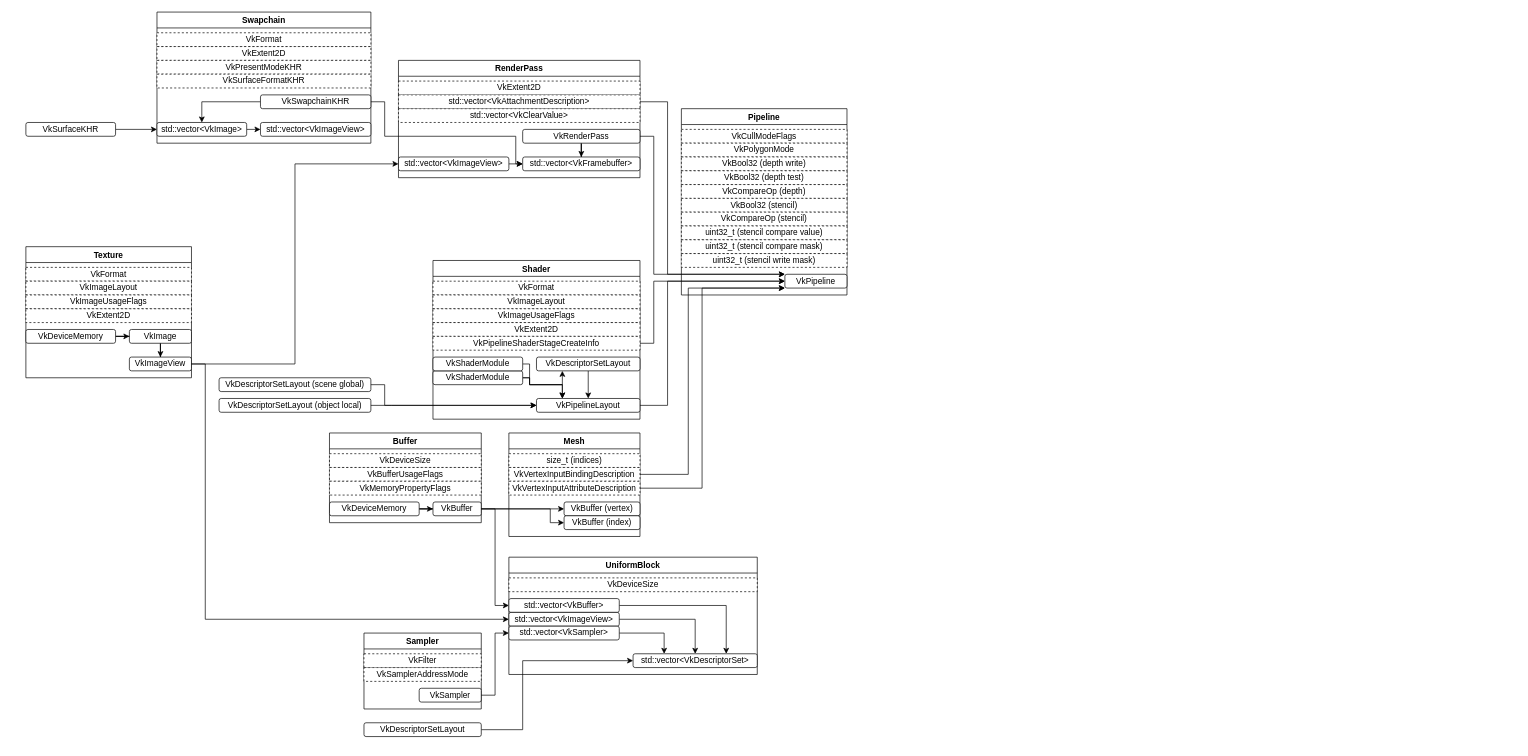
This is vulkan.drawio from oculometric/hop-engine, a draw.io file, before an edit. Source tidied: cells renumbered, new cells numbered last; positions are measured from the earlier drawing's top-left corner, leaving out a move shared by most shapes. Both pictures are drawn from the tidied source at 69%, with x=0, y=0 at pixel (26, 12).
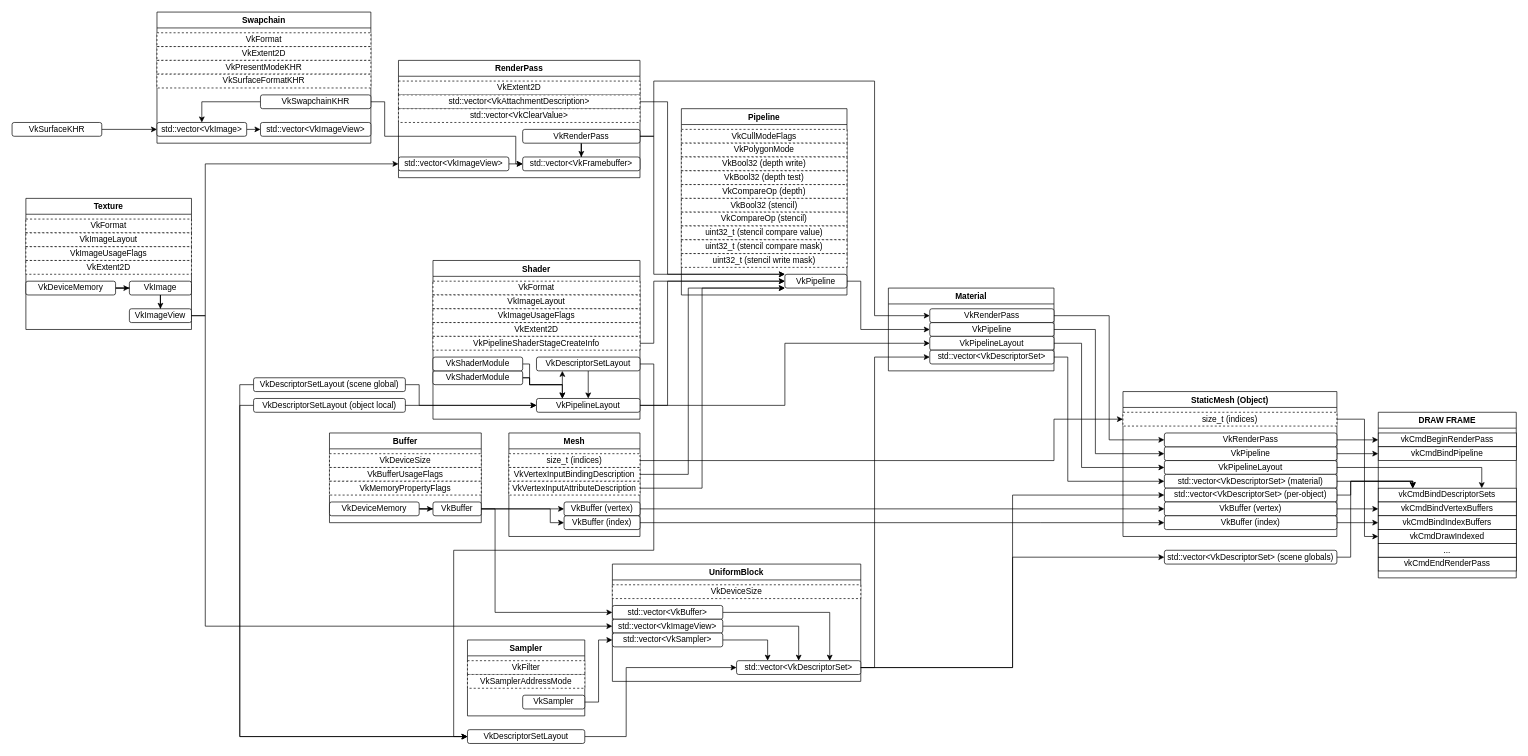
Above is the later version.

Commit message (it also covers changes not shown here):
finished vulkan drawing

The change refers to these unchanged cells:
```xml
<mxCell id="10" value="VkImageView" style="rounded=1;whiteSpace=wrap;html=1;" parent="2" vertex="1">
  <mxGeometry x="150" y="160" width="90" height="20" as="geometry" />
</mxCell>
<mxCell id="16" value="VkBuffer" style="rounded=1;whiteSpace=wrap;html=1;" parent="12" vertex="1">
  <mxGeometry x="150" y="100" width="70" height="20" as="geometry" />
</mxCell>
<mxCell id="34" value="VkPipeline" style="rounded=1;whiteSpace=wrap;html=1;" parent="23" vertex="1">
  <mxGeometry x="150" y="240" width="90" height="20" as="geometry" />
</mxCell>
<mxCell id="41" value="VkRenderPass" style="rounded=1;whiteSpace=wrap;html=1;" parent="37" vertex="1">
  <mxGeometry x="180" y="100" width="170" height="20" as="geometry" />
</mxCell>
<mxCell id="45" value="std::vector&amp;lt;VkImageView&amp;gt;" style="rounded=1;whiteSpace=wrap;html=1;" parent="37" vertex="1">
  <mxGeometry y="140" width="160" height="20" as="geometry" />
</mxCell>
<mxCell id="71" value="VkPipelineLayout" style="rounded=1;whiteSpace=wrap;html=1;" parent="62" vertex="1">
  <mxGeometry x="150" y="200" width="150" height="20" as="geometry" />
</mxCell>
<mxCell id="74" value="VkDescriptorSetLayout" style="rounded=1;whiteSpace=wrap;html=1;" parent="62" vertex="1">
  <mxGeometry x="150" y="140" width="150" height="20" as="geometry" />
</mxCell>
<mxCell id="79" value="size_t (indices)" style="rounded=0;whiteSpace=wrap;html=1;dashed=1;glass=0;shadow=0;" parent="78" vertex="1">
  <mxGeometry y="30" width="190" height="20" as="geometry" />
</mxCell>
<mxCell id="80" value="VkBuffer (vertex)" style="rounded=1;whiteSpace=wrap;html=1;" parent="78" vertex="1">
  <mxGeometry x="80" y="100" width="110" height="20" as="geometry" />
</mxCell>
<mxCell id="81" value="VkBuffer (index)" style="rounded=1;whiteSpace=wrap;html=1;" parent="78" vertex="1">
  <mxGeometry x="80" y="120" width="110" height="20" as="geometry" />
</mxCell>
<mxCell id="92" value="std::vector&amp;lt;VkDescriptorSet&amp;gt;" style="rounded=1;whiteSpace=wrap;html=1;" parent="90" vertex="1">
  <mxGeometry x="180" y="140" width="180" height="20" as="geometry" />
</mxCell>
<mxCell id="94" value="std::vector&amp;lt;VkBuffer&amp;gt;" style="rounded=1;whiteSpace=wrap;html=1;" parent="90" vertex="1">
  <mxGeometry y="60" width="160" height="20" as="geometry" />
</mxCell>
<mxCell id="96" value="std::vector&amp;lt;VkImageView&amp;gt;" style="rounded=1;whiteSpace=wrap;html=1;" parent="90" vertex="1">
  <mxGeometry y="80" width="160" height="20" as="geometry" />
</mxCell>
```

Diff of the diagram source:
```diff
@@
     <mxCell id="2" value="Texture" style="swimlane;" parent="1" vertex="1">
-      <mxGeometry y="340" width="240" height="190" as="geometry" />
+      <mxGeometry y="270" width="240" height="190" as="geometry" />
     </mxCell>
@@
     <mxCell id="19" value="Sampler" style="swimlane;" parent="1" vertex="1">
-      <mxGeometry x="490" y="900" width="170" height="110" as="geometry" />
+      <mxGeometry x="640" y="910" width="170" height="110" as="geometry" />
     </mxCell>
@@
     <mxCell id="48" style="edgeStyle=orthogonalEdgeStyle;rounded=0;jettySize=auto;html=1;entryX=0;entryY=0.5;entryDx=0;entryDy=0;" parent="1" edge="1" source="10" target="45">
-      <mxGeometry relative="1" as="geometry" />
+      <mxGeometry relative="1" as="geometry">
+        <Array as="points">
+          <mxPoint x="260" y="440" />
+          <mxPoint x="260" y="220" />
+        </Array>
+      </mxGeometry>
     </mxCell>
@@
     <mxCell id="60" value="VkSurfaceKHR" style="rounded=1;whiteSpace=wrap;html=1;" parent="1" vertex="1">
-      <mxGeometry y="160" width="130" height="20" as="geometry" />
+      <mxGeometry x="-20" y="160" width="130" height="20" as="geometry" />
     </mxCell>
@@
-    <mxCell id="84" value="VkDescriptorSetLayout (scene global)" style="rounded=1;whiteSpace=wrap;html=1;" parent="1" vertex="1">
-      <mxGeometry x="280" y="530" width="220" height="20" as="geometry" />
-    </mxCell>
-    <mxCell id="85" value="VkDescriptorSetLayout (object local)" style="rounded=1;whiteSpace=wrap;html=1;" parent="1" vertex="1">
-      <mxGeometry x="280" y="560" width="220" height="20" as="geometry" />
-    </mxCell>
     <mxCell id="86" style="edgeStyle=orthogonalEdgeStyle;rounded=0;jettySize=auto;html=1;entryX=0;entryY=0.5;entryDx=0;entryDy=0;" parent="1" edge="1" source="84" target="71">
       <mxGeometry relative="1" as="geometry">
         <Array as="points">
-          <mxPoint x="520" y="540" />
-          <mxPoint x="520" y="570" />
+          <mxPoint x="570" y="540" />
+          <mxPoint x="570" y="570" />
         </Array>
       </mxGeometry>
     </mxCell>
@@
     <mxCell id="90" value="UniformBlock" style="swimlane;" parent="1" vertex="1">
-      <mxGeometry x="700" y="790" width="360" height="170" as="geometry" />
+      <mxGeometry x="850" y="800" width="360" height="170" as="geometry" />
     </mxCell>
@@
     <mxCell id="99" style="edgeStyle=orthogonalEdgeStyle;rounded=0;jettySize=auto;html=1;entryX=0;entryY=0.5;entryDx=0;entryDy=0;" parent="1" edge="1" source="16" target="94">
-      <mxGeometry relative="1" as="geometry" />
+      <mxGeometry relative="1" as="geometry">
+        <Array as="points">
+          <mxPoint x="680" y="720" />
+          <mxPoint x="680" y="870" />
+        </Array>
+      </mxGeometry>
     </mxCell>
@@
-    <mxCell id="101" style="edgeStyle=orthogonalEdgeStyle;rounded=0;jettySize=auto;html=1;entryX=0;entryY=0.5;entryDx=0;entryDy=0;" parent="1" edge="1" source="10" target="96">
+    <mxCell id="101" style="edgeStyle=orthogonalEdgeStyle;rounded=0;jettySize=auto;html=1;entryX=0;entryY=0.5;entryDx=0;entryDy=0;exitX=1;exitY=0.5;exitDx=0;exitDy=0;" parent="1" edge="1" source="10" target="96">
       <mxGeometry relative="1" as="geometry">
         <Array as="points">
-          <mxPoint x="260" y="510" />
-          <mxPoint x="260" y="880" />
+          <mxPoint x="260" y="440" />
+          <mxPoint x="260" y="890" />
         </Array>
       </mxGeometry>
     </mxCell>
     <mxCell id="102" style="edgeStyle=orthogonalEdgeStyle;rounded=0;jettySize=auto;html=1;entryX=0;entryY=0.5;entryDx=0;entryDy=0;" parent="1" edge="1" source="103" target="92">
       <mxGeometry relative="1" as="geometry">
         <Array as="points">
-          <mxPoint x="720" y="1040" />
-          <mxPoint x="720" y="940" />
+          <mxPoint x="870" y="1050" />
+          <mxPoint x="870" y="950" />
         </Array>
       </mxGeometry>
     </mxCell>
     <mxCell id="103" value="VkDescriptorSetLayout" style="rounded=1;whiteSpace=wrap;html=1;" parent="1" vertex="1">
-      <mxGeometry x="490" y="1030" width="170" height="20" as="geometry" />
+      <mxGeometry x="640" y="1040" width="170" height="20" as="geometry" />
     </mxCell>
+    <mxCell id="104" value="Material" style="swimlane;" parent="1" vertex="1">
+      <mxGeometry x="1250" y="400" width="240" height="120" as="geometry" />
+    </mxCell>
+    <mxCell id="105" value="VkPipeline" style="rounded=1;whiteSpace=wrap;html=1;" parent="104" vertex="1">
+      <mxGeometry x="60" y="50" width="180" height="20" as="geometry" />
+    </mxCell>
+    <mxCell id="106" value="VkPipelineLayout" style="rounded=1;whiteSpace=wrap;html=1;" parent="104" vertex="1">
+      <mxGeometry x="60" y="70" width="180" height="20" as="geometry" />
+    </mxCell>
+    <mxCell id="107" value="std::vector&amp;lt;VkDescriptorSet&amp;gt;" style="rounded=1;whiteSpace=wrap;html=1;" parent="104" vertex="1">
+      <mxGeometry x="60" y="90" width="180" height="20" as="geometry" />
+    </mxCell>
+    <mxCell id="108" value="VkRenderPass" style="rounded=1;whiteSpace=wrap;html=1;" parent="104" vertex="1">
+      <mxGeometry x="60" y="30" width="180" height="20" as="geometry" />
+    </mxCell>
+    <mxCell id="109" style="edgeStyle=orthogonalEdgeStyle;rounded=0;jettySize=auto;html=1;entryX=0;entryY=0.5;entryDx=0;entryDy=0;" parent="1" edge="1" source="34" target="105">
+      <mxGeometry relative="1" as="geometry">
+        <Array as="points">
+          <mxPoint x="1210" y="390" />
+          <mxPoint x="1210" y="460" />
+        </Array>
+      </mxGeometry>
+    </mxCell>
+    <mxCell id="110" style="edgeStyle=orthogonalEdgeStyle;rounded=0;jettySize=auto;html=1;entryX=0;entryY=0.5;entryDx=0;entryDy=0;" parent="1" edge="1" source="92" target="107">
+      <mxGeometry relative="1" as="geometry">
+        <Array as="points">
+          <mxPoint x="1230" y="950" />
+          <mxPoint x="1230" y="500" />
+        </Array>
+      </mxGeometry>
+    </mxCell>
+    <mxCell id="111" style="edgeStyle=orthogonalEdgeStyle;rounded=0;jettySize=auto;html=1;entryX=0;entryY=0.5;entryDx=0;entryDy=0;" parent="1" edge="1" source="71" target="106">
+      <mxGeometry relative="1" as="geometry" />
+    </mxCell>
+    <mxCell id="112" style="edgeStyle=orthogonalEdgeStyle;rounded=0;jettySize=auto;html=1;entryX=0;entryY=0.5;entryDx=0;entryDy=0;exitX=1;exitY=0.5;exitDx=0;exitDy=0;" parent="1" edge="1" source="41" target="108">
+      <mxGeometry relative="1" as="geometry">
+        <Array as="points">
+          <mxPoint x="910" y="180" />
+          <mxPoint x="910" y="100" />
+          <mxPoint x="1230" y="100" />
+          <mxPoint x="1230" y="440" />
+        </Array>
+      </mxGeometry>
+    </mxCell>
+    <mxCell id="113" value="StaticMesh (Object)" style="swimlane;" parent="1" vertex="1">
+      <mxGeometry x="1590" y="550" width="310" height="210" as="geometry" />
+    </mxCell>
+    <mxCell id="114" value="VkPipeline" style="rounded=1;whiteSpace=wrap;html=1;" parent="113" vertex="1">
+      <mxGeometry x="60" y="80" width="250" height="20" as="geometry" />
+    </mxCell>
+    <mxCell id="115" value="VkPipelineLayout" style="rounded=1;whiteSpace=wrap;html=1;" parent="113" vertex="1">
+      <mxGeometry x="60" y="100" width="250" height="20" as="geometry" />
+    </mxCell>
+    <mxCell id="116" value="VkRenderPass" style="rounded=1;whiteSpace=wrap;html=1;" parent="113" vertex="1">
+      <mxGeometry x="60" y="60" width="250" height="20" as="geometry" />
+    </mxCell>
+    <mxCell id="117" value="std::vector&amp;lt;VkDescriptorSet&amp;gt; (material)" style="rounded=1;whiteSpace=wrap;html=1;" parent="113" vertex="1">
+      <mxGeometry x="60" y="120" width="250" height="20" as="geometry" />
+    </mxCell>
+    <mxCell id="118" value="std::vector&amp;lt;VkDescriptorSet&amp;gt; (per-object)" style="rounded=1;whiteSpace=wrap;html=1;" parent="113" vertex="1">
+      <mxGeometry x="60" y="140" width="250" height="20" as="geometry" />
+    </mxCell>
+    <mxCell id="119" value="size_t (indices)" style="rounded=0;whiteSpace=wrap;html=1;dashed=1;glass=0;shadow=0;" parent="113" vertex="1">
+      <mxGeometry y="30" width="310" height="20" as="geometry" />
+    </mxCell>
+    <mxCell id="120" value="VkBuffer (vertex)" style="rounded=1;whiteSpace=wrap;html=1;" parent="113" vertex="1">
+      <mxGeometry x="60" y="160" width="250" height="20" as="geometry" />
+    </mxCell>
+    <mxCell id="121" value="VkBuffer (index)" style="rounded=1;whiteSpace=wrap;html=1;" parent="113" vertex="1">
+      <mxGeometry x="60" y="180" width="250" height="20" as="geometry" />
+    </mxCell>
+    <mxCell id="122" style="edgeStyle=orthogonalEdgeStyle;rounded=0;jettySize=auto;html=1;entryX=0;entryY=0.5;entryDx=0;entryDy=0;" parent="1" edge="1" source="92" target="118">
+      <mxGeometry relative="1" as="geometry" />
+    </mxCell>
+    <mxCell id="123" style="edgeStyle=orthogonalEdgeStyle;rounded=0;jettySize=auto;html=1;entryX=0;entryY=0.5;entryDx=0;entryDy=0;" parent="1" edge="1" source="108" target="116">
+      <mxGeometry relative="1" as="geometry">
+        <Array as="points">
+          <mxPoint x="1570" y="440" />
+          <mxPoint x="1570" y="620" />
+        </Array>
+      </mxGeometry>
+    </mxCell>
+    <mxCell id="124" style="edgeStyle=orthogonalEdgeStyle;rounded=0;jettySize=auto;html=1;entryX=0;entryY=0.5;entryDx=0;entryDy=0;" parent="1" edge="1" source="105" target="114">
+      <mxGeometry relative="1" as="geometry">
+        <Array as="points">
+          <mxPoint x="1550" y="460" />
+          <mxPoint x="1550" y="640" />
+        </Array>
+      </mxGeometry>
+    </mxCell>
+    <mxCell id="125" style="edgeStyle=orthogonalEdgeStyle;rounded=0;jettySize=auto;html=1;entryX=0;entryY=0.5;entryDx=0;entryDy=0;" parent="1" edge="1" source="106" target="115">
+      <mxGeometry relative="1" as="geometry">
+        <Array as="points">
+          <mxPoint x="1530" y="480" />
+          <mxPoint x="1530" y="660" />
+        </Array>
+      </mxGeometry>
+    </mxCell>
+    <mxCell id="126" style="edgeStyle=orthogonalEdgeStyle;rounded=0;jettySize=auto;html=1;entryX=0;entryY=0.5;entryDx=0;entryDy=0;" parent="1" edge="1" source="107" target="117">
+      <mxGeometry relative="1" as="geometry">
+        <Array as="points">
+          <mxPoint x="1510" y="500" />
+          <mxPoint x="1510" y="680" />
+        </Array>
+      </mxGeometry>
+    </mxCell>
+    <mxCell id="127" style="edgeStyle=orthogonalEdgeStyle;rounded=0;jettySize=auto;html=1;entryX=0;entryY=0.5;entryDx=0;entryDy=0;" parent="1" edge="1" source="79" target="119">
+      <mxGeometry relative="1" as="geometry">
+        <Array as="points">
+          <mxPoint x="1490" y="650" />
+          <mxPoint x="1490" y="590" />
+        </Array>
+      </mxGeometry>
+    </mxCell>
+    <mxCell id="128" style="edgeStyle=orthogonalEdgeStyle;rounded=0;jettySize=auto;html=1;entryX=0;entryY=0.5;entryDx=0;entryDy=0;" parent="1" edge="1" source="80" target="120">
+      <mxGeometry relative="1" as="geometry" />
+    </mxCell>
+    <mxCell id="129" style="edgeStyle=orthogonalEdgeStyle;rounded=0;jettySize=auto;html=1;entryX=0;entryY=0.5;entryDx=0;entryDy=0;" parent="1" edge="1" source="81" target="121">
+      <mxGeometry relative="1" as="geometry">
+        <Array as="points">
+          <mxPoint x="1470" y="740" />
+          <mxPoint x="1470" y="740" />
+        </Array>
+      </mxGeometry>
+    </mxCell>
+    <mxCell id="130" value="DRAW FRAME" style="swimlane;" parent="1" vertex="1">
+      <mxGeometry x="1960" y="580" width="200" height="240" as="geometry" />
+    </mxCell>
+    <mxCell id="131" value="vkCmdBeginRenderPass" style="rounded=0;whiteSpace=wrap;html=1;glass=0;shadow=0;" parent="130" vertex="1">
+      <mxGeometry y="30" width="200" height="20" as="geometry" />
+    </mxCell>
+    <mxCell id="132" value="vkCmdEndRenderPass" style="rounded=0;whiteSpace=wrap;html=1;glass=0;shadow=0;" parent="130" vertex="1">
+      <mxGeometry y="210" width="200" height="20" as="geometry" />
+    </mxCell>
+    <mxCell id="133" value="vkCmdBindPipeline" style="rounded=0;whiteSpace=wrap;html=1;glass=0;shadow=0;" parent="130" vertex="1">
+      <mxGeometry y="50" width="200" height="20" as="geometry" />
+    </mxCell>
+    <mxCell id="134" value="vkCmdBindDescriptorSets" style="rounded=0;whiteSpace=wrap;html=1;glass=0;shadow=0;" parent="130" vertex="1">
+      <mxGeometry y="110" width="200" height="20" as="geometry" />
+    </mxCell>
+    <mxCell id="135" value="vkCmdBindVertexBuffers" style="rounded=0;whiteSpace=wrap;html=1;glass=0;shadow=0;" parent="130" vertex="1">
+      <mxGeometry y="130" width="200" height="20" as="geometry" />
+    </mxCell>
+    <mxCell id="136" value="vkCmdBindIndexBuffers" style="rounded=0;whiteSpace=wrap;html=1;glass=0;shadow=0;" parent="130" vertex="1">
+      <mxGeometry y="150" width="200" height="20" as="geometry" />
+    </mxCell>
+    <mxCell id="137" value="vkCmdDrawIndexed" style="rounded=0;whiteSpace=wrap;html=1;glass=0;shadow=0;" parent="130" vertex="1">
+      <mxGeometry y="170" width="200" height="20" as="geometry" />
+    </mxCell>
+    <mxCell id="138" value="..." style="rounded=0;whiteSpace=wrap;html=1;glass=0;shadow=0;" parent="130" vertex="1">
+      <mxGeometry y="190" width="200" height="20" as="geometry" />
+    </mxCell>
+    <mxCell id="139" style="edgeStyle=orthogonalEdgeStyle;rounded=0;jettySize=auto;html=1;entryX=0;entryY=0.5;entryDx=0;entryDy=0;" parent="1" edge="1" source="116" target="131">
+      <mxGeometry relative="1" as="geometry" />
+    </mxCell>
+    <mxCell id="140" style="edgeStyle=orthogonalEdgeStyle;rounded=0;jettySize=auto;html=1;entryX=0;entryY=0.5;entryDx=0;entryDy=0;" parent="1" edge="1" source="114" target="133">
+      <mxGeometry relative="1" as="geometry" />
+    </mxCell>
+    <mxCell id="141" style="edgeStyle=orthogonalEdgeStyle;rounded=0;jettySize=auto;html=1;entryX=0.25;entryY=0;entryDx=0;entryDy=0;" parent="1" edge="1" source="142" target="134">
+      <mxGeometry relative="1" as="geometry">
+        <Array as="points">
+          <mxPoint x="1920" y="790" />
+          <mxPoint x="1920" y="680" />
+          <mxPoint x="2010" y="680" />
+        </Array>
+      </mxGeometry>
+    </mxCell>
+    <mxCell id="142" value="std::vector&amp;lt;VkDescriptorSet&amp;gt; (scene globals)" style="rounded=1;whiteSpace=wrap;html=1;" parent="1" vertex="1">
+      <mxGeometry x="1650" y="780" width="250" height="20" as="geometry" />
+    </mxCell>
+    <mxCell id="143" style="edgeStyle=orthogonalEdgeStyle;rounded=0;jettySize=auto;html=1;entryX=0;entryY=0.5;entryDx=0;entryDy=0;" parent="1" edge="1" source="92" target="142">
+      <mxGeometry relative="1" as="geometry" />
+    </mxCell>
+    <mxCell id="144" style="edgeStyle=orthogonalEdgeStyle;rounded=0;jettySize=auto;html=1;entryX=0.75;entryY=0;entryDx=0;entryDy=0;" parent="1" edge="1" source="115" target="134">
+      <mxGeometry relative="1" as="geometry" />
+    </mxCell>
+    <mxCell id="145" style="edgeStyle=orthogonalEdgeStyle;rounded=0;jettySize=auto;html=1;entryX=0.25;entryY=0;entryDx=0;entryDy=0;" parent="1" edge="1" source="117" target="134">
+      <mxGeometry relative="1" as="geometry">
+        <Array as="points">
+          <mxPoint x="2010" y="680" />
+        </Array>
+      </mxGeometry>
+    </mxCell>
+    <mxCell id="146" style="edgeStyle=orthogonalEdgeStyle;rounded=0;jettySize=auto;html=1;entryX=0.25;entryY=0;entryDx=0;entryDy=0;exitX=1;exitY=0.5;exitDx=0;exitDy=0;" parent="1" edge="1" source="118" target="134">
+      <mxGeometry relative="1" as="geometry">
+        <Array as="points">
+          <mxPoint x="1920" y="700" />
+          <mxPoint x="1920" y="680" />
+          <mxPoint x="2010" y="680" />
+        </Array>
+      </mxGeometry>
+    </mxCell>
+    <mxCell id="147" style="edgeStyle=orthogonalEdgeStyle;rounded=0;jettySize=auto;html=1;entryX=0;entryY=0.5;entryDx=0;entryDy=0;exitX=1;exitY=0.5;exitDx=0;exitDy=0;" parent="1" edge="1" source="120" target="135">
+      <mxGeometry relative="1" as="geometry" />
+    </mxCell>
+    <mxCell id="148" style="edgeStyle=orthogonalEdgeStyle;rounded=0;jettySize=auto;html=1;entryX=0;entryY=0.5;entryDx=0;entryDy=0;exitX=1;exitY=0.5;exitDx=0;exitDy=0;" parent="1" edge="1" source="121" target="136">
+      <mxGeometry relative="1" as="geometry" />
+    </mxCell>
+    <mxCell id="149" style="edgeStyle=orthogonalEdgeStyle;rounded=0;jettySize=auto;html=1;entryX=0;entryY=0.5;entryDx=0;entryDy=0;" parent="1" edge="1" source="119" target="137">
+      <mxGeometry relative="1" as="geometry">
+        <Array as="points">
+          <mxPoint x="1940" y="590" />
+          <mxPoint x="1940" y="760" />
+        </Array>
+      </mxGeometry>
+    </mxCell>
+    <mxCell id="150" style="edgeStyle=orthogonalEdgeStyle;rounded=0;jettySize=auto;html=1;entryX=0;entryY=0.5;entryDx=0;entryDy=0;" parent="1" edge="1" source="84" target="103">
+      <mxGeometry relative="1" as="geometry">
+        <Array as="points">
+          <mxPoint x="310" y="540" />
+          <mxPoint x="310" y="1050" />
+        </Array>
+      </mxGeometry>
+    </mxCell>
+    <mxCell id="84" value="VkDescriptorSetLayout (scene global)" style="rounded=1;whiteSpace=wrap;html=1;" parent="1" vertex="1">
+      <mxGeometry x="330" y="530" width="220" height="20" as="geometry" />
+    </mxCell>
+    <mxCell id="151" style="edgeStyle=orthogonalEdgeStyle;rounded=0;jettySize=auto;html=1;entryX=0;entryY=0.5;entryDx=0;entryDy=0;" parent="1" edge="1" source="85" target="103">
+      <mxGeometry relative="1" as="geometry">
+        <Array as="points">
+          <mxPoint x="310" y="570" />
+          <mxPoint x="310" y="1050" />
+        </Array>
+      </mxGeometry>
+    </mxCell>
+    <mxCell id="85" value="VkDescriptorSetLayout (object local)" style="rounded=1;whiteSpace=wrap;html=1;" parent="1" vertex="1">
+      <mxGeometry x="330" y="560" width="220" height="20" as="geometry" />
+    </mxCell>
+    <mxCell id="152" style="edgeStyle=orthogonalEdgeStyle;rounded=0;jettySize=auto;html=1;entryX=0;entryY=0.5;entryDx=0;entryDy=0;" parent="1" edge="1" source="74" target="103">
+      <mxGeometry relative="1" as="geometry">
+        <Array as="points">
+          <mxPoint x="910" y="510" />
+          <mxPoint x="910" y="780" />
+          <mxPoint x="620" y="780" />
+          <mxPoint x="620" y="1050" />
+        </Array>
+      </mxGeometry>
+    </mxCell>
```
